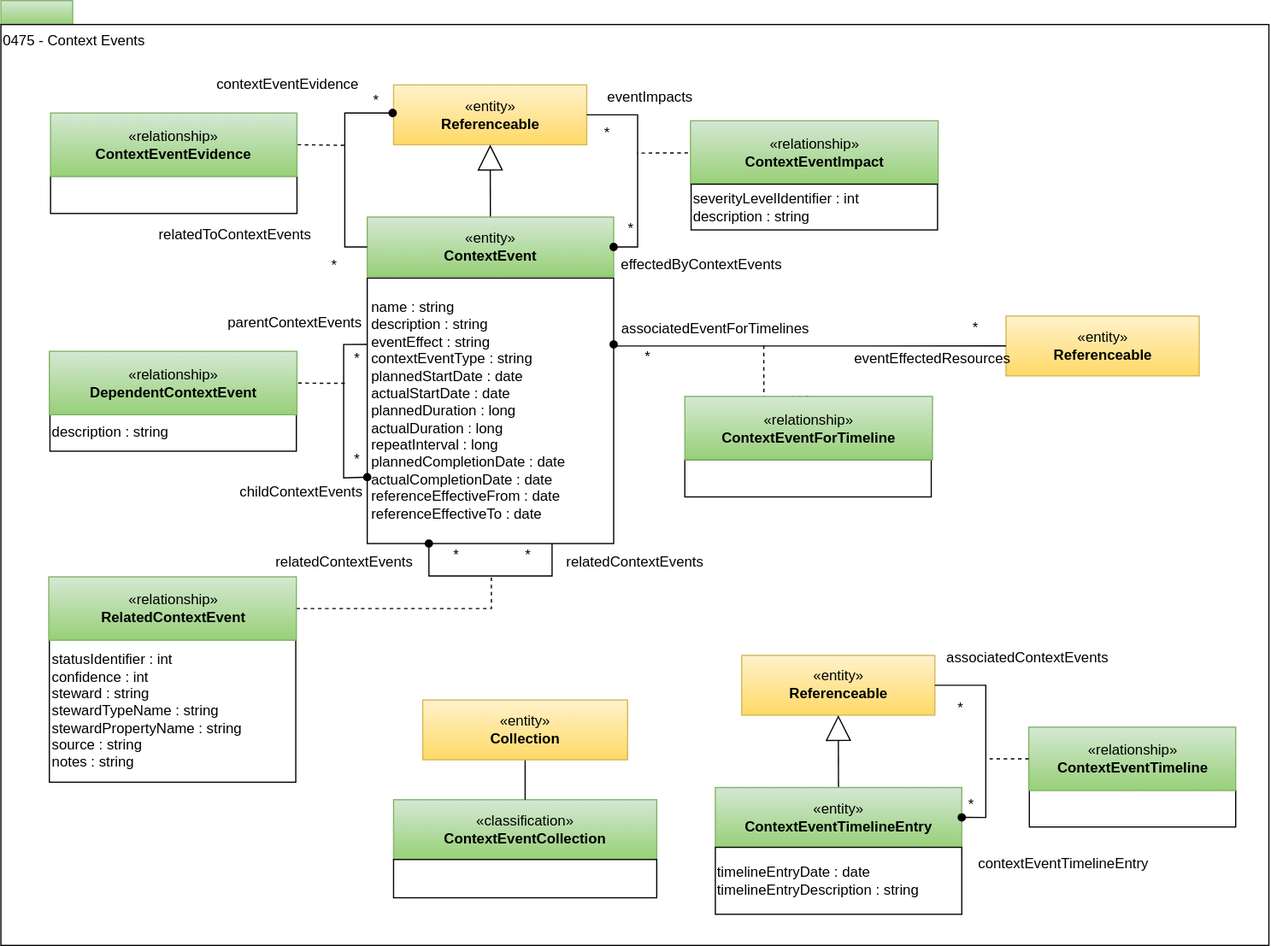
The draw.io diagram site/docs/types/4/0475-Context-Events.svg in odpi/egeria-docs, before a commit. Source tidied: cells renumbered, new cells last; positions are measured from the earlier drawing's top-left corner, leaving out a move shared by most shapes.
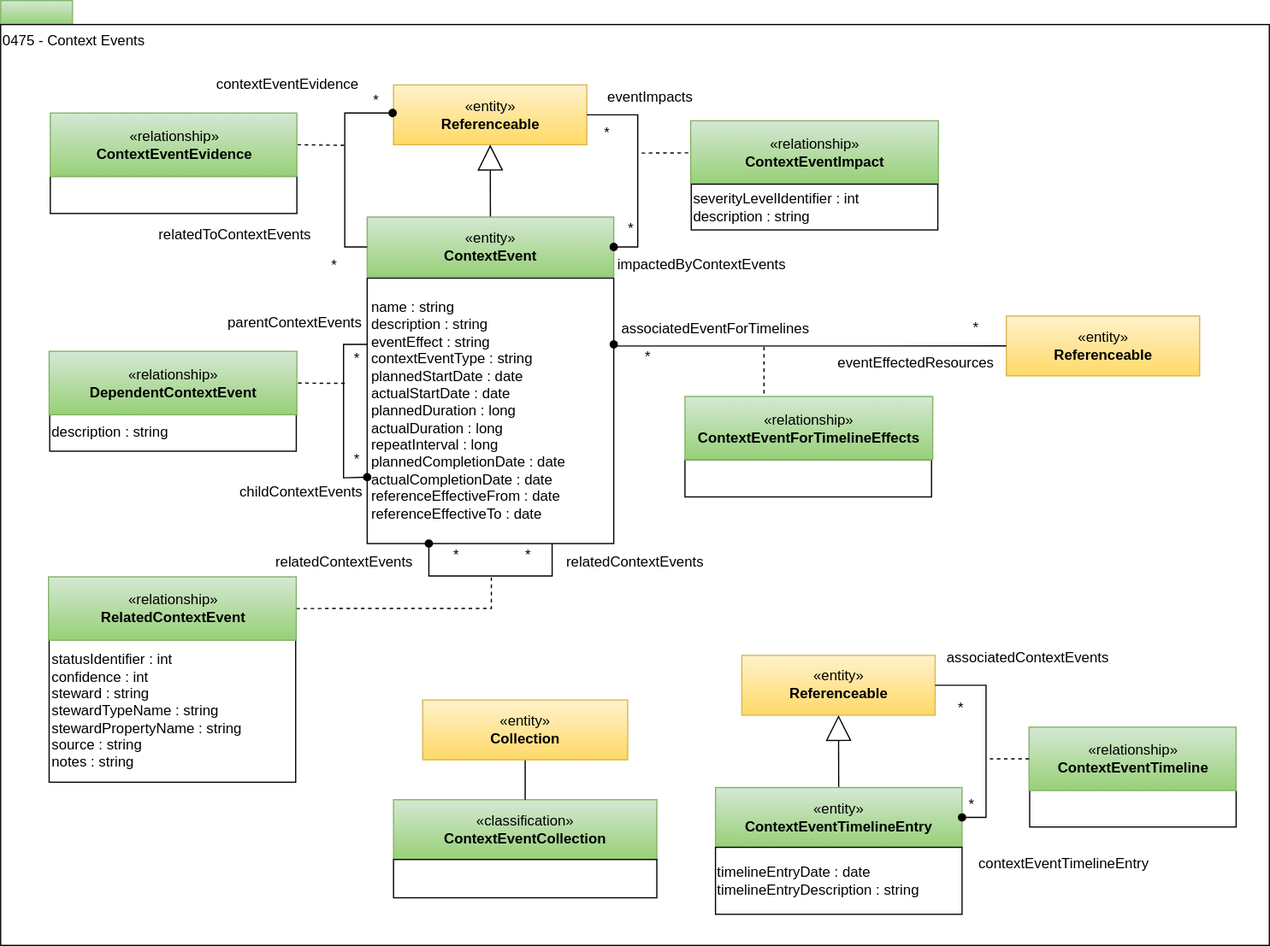
The same file after the commit.

The edit, as a diff of the source:
```diff
@@ -145,7 +145,7 @@
     <mxCell id="39" value="severityLevelIdentifier : int&lt;br&gt;description : string" style="rounded=0;whiteSpace=wrap;html=1;strokeColor=#000000;gradientColor=#ffffff;align=left;" parent="1" vertex="1">
       <mxGeometry x="577" y="153.5" width="206" height="38.2" as="geometry" />
     </mxCell>
-    <mxCell id="40" value="effectedByContextEvents" style="text;html=1;strokeColor=none;fillColor=none;align=center;verticalAlign=middle;whiteSpace=wrap;rounded=0;" parent="1" vertex="1">
+    <mxCell id="40" value="impactedByContextEvents" style="text;html=1;strokeColor=none;fillColor=none;align=center;verticalAlign=middle;whiteSpace=wrap;rounded=0;" parent="1" vertex="1">
       <mxGeometry x="533.5" y="211" width="104" height="20" as="geometry" />
     </mxCell>
     <mxCell id="41" value="eventImpacts" style="text;html=1;strokeColor=none;fillColor=none;align=center;verticalAlign=middle;whiteSpace=wrap;rounded=0;" parent="1" vertex="1">
@@ -187,11 +187,11 @@
         </Array>
       </mxGeometry>
     </mxCell>
-    <mxCell id="49" value="«relationship»&lt;br&gt;&lt;b&gt;ContextEventForTimeline&lt;/b&gt;" style="html=1;strokeColor=#82b366;align=center;fillColor=#d5e8d4;gradientColor=#97d077;" parent="1" vertex="1">
+    <mxCell id="49" value="«relationship»&lt;br&gt;&lt;b&gt;ContextEventForTimelineEffects&lt;/b&gt;" style="html=1;strokeColor=#82b366;align=center;fillColor=#d5e8d4;gradientColor=#97d077;" parent="1" vertex="1">
       <mxGeometry x="571.8" y="331" width="207" height="53" as="geometry" />
     </mxCell>
     <mxCell id="50" value="eventEffectedResources" style="text;html=1;strokeColor=none;fillColor=none;align=center;verticalAlign=middle;whiteSpace=wrap;rounded=0;" parent="1" vertex="1">
-      <mxGeometry x="726.8" y="289.9" width="104" height="20" as="geometry" />
+      <mxGeometry x="713.2" y="293.3" width="104" height="20" as="geometry" />
     </mxCell>
     <mxCell id="51" value="relatedToContextEvents" style="text;html=1;strokeColor=none;fillColor=none;align=center;verticalAlign=middle;whiteSpace=wrap;rounded=0;" parent="1" vertex="1">
       <mxGeometry x="143.5" y="186" width="104" height="20" as="geometry" />
```
